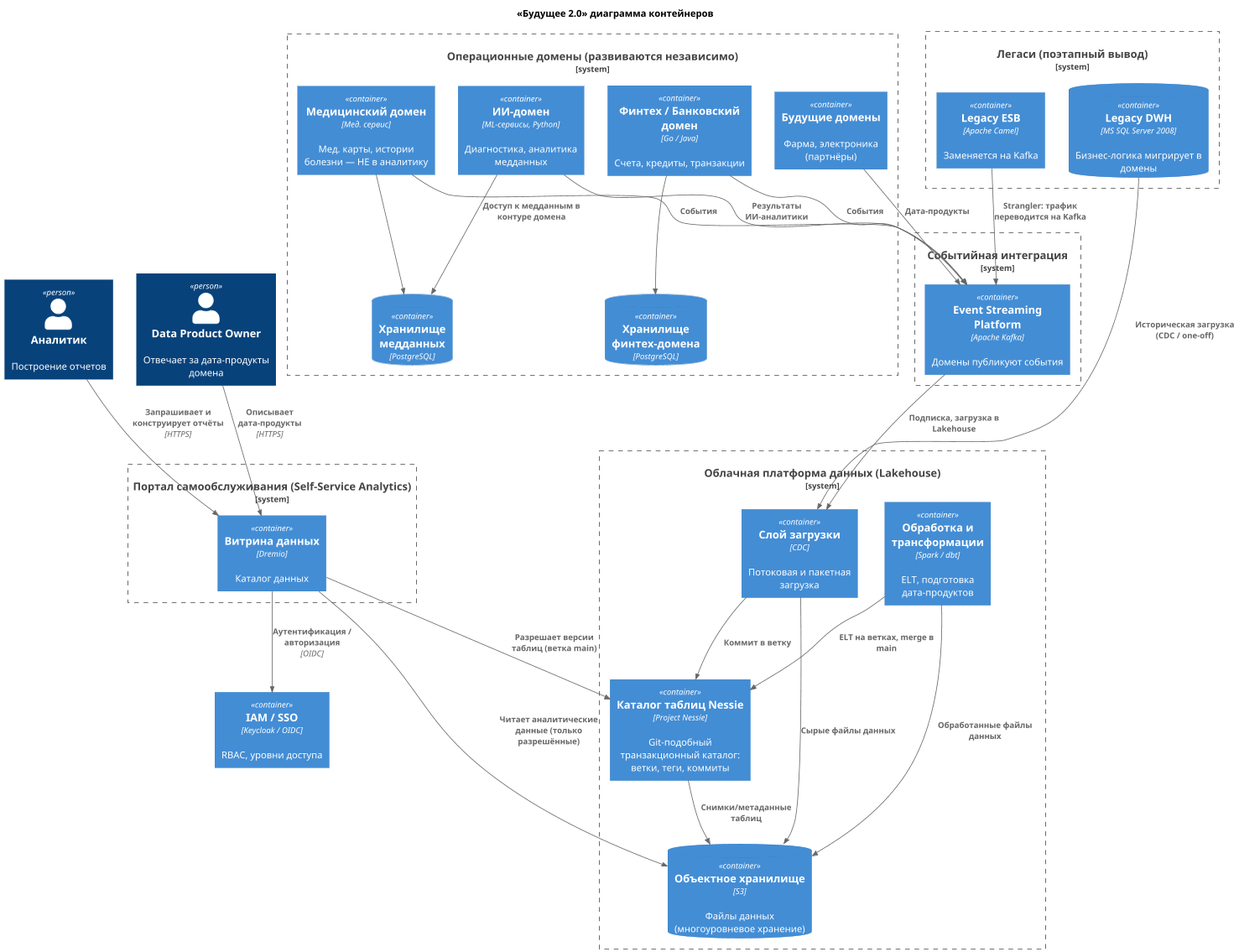
Above: Task1/c4_container.png in Madm1key/architecture-future_2_0 (PlantUML), before the change. Its diagram source:
```plantuml
@startuml c4-container
!include <C4/C4_Container>

title «Будущее 2.0» диаграмма контейнеров

Person(analyst, "Аналитик", "Построение отчетов")
Person(owner, "Data Product Owner", "Отвечает за дата-продукты домена")

System_Boundary(ss, "Портал самообслуживания (Self-Service Analytics)") {
    Container(portal, "Витрина данных", "Dremio", "Каталог данных")
}

System_Boundary(lake, "Облачная платформа данных (Lakehouse)") {
    Container(ingest, "Слой загрузки", "CDC", "Потоковая и пакетная загрузка")
    Container(nessie, "Каталог таблиц Nessie", "Project Nessie", "Git-подобный транзакционный каталог: ветки, теги, коммиты")
    ContainerDb(storage, "Объектное хранилище", "S3", "Файлы данных (многоуровневое хранение)")
    Container(process, "Обработка и трансформации", "Spark / dbt", "ELT, подготовка дата-продуктов")
}

System_Boundary(bus, "Событийная интеграция") {
    Container(kafka, "Event Streaming Platform", "Apache Kafka", "Домены публикуют события")
}

System_Boundary(domains, "Операционные домены (развиваются независимо)") {
    Container(clinical, "Медицинский домен", "Мед. сервис", "Мед. карты, истории болезни — НЕ в аналитику")
    ContainerDb(clinicaldb, "Хранилище медданных", "PostgreSQL", "")
    Container(fintech, "Финтех / Банковский домен", "Go / Java", "Счета, кредиты, транзакции")
    ContainerDb(fintechdb, "Хранилище финтех-домена", "PostgreSQL", "")
    Container(ai, "ИИ-домен", "ML-сервисы, Python", "Диагностика, аналитика медданных")
    Container(future, "Будущие домены", "", "Фарма, электроника (партнёры)")
}

Container(iam, "IAM / SSO", "Keycloak / OIDC", "RBAC, уровни доступа")

System_Boundary(legacy, "Легаси (поэтапный вывод)") {
    ContainerDb(dwh, "Legacy DWH", "MS SQL Server 2008", "Бизнес-логика мигрирует в домены")
    Container(esb, "Legacy ESB", "Apache Camel", "Заменяется на Kafka")
}

Rel(analyst, portal, "Запрашивает и конструирует отчёты", "HTTPS")
Rel(owner, portal, "Описывает дата-продукты", "HTTPS")

Rel(portal, nessie, "Разрешает версии таблиц (ветка main)")
Rel(portal, storage, "Читает аналитические данные (только разрешённые)")
Rel(portal, iam, "Аутентификация / авторизация", "OIDC")

Rel(ingest, storage, "Сырые файлы данных")
Rel(ingest, nessie, "Коммит в ветку")
Rel(process, storage, "Обработанные файлы данных")
Rel(process, nessie, "ELT на ветках, merge в main")
Rel(nessie, storage, "Снимки/метаданные таблиц")

Rel(fintech, kafka, "События")
Rel(ai, kafka, "Результаты ИИ-аналитики")
Rel(future, kafka, "Дата-продукты")
Rel(clinical, kafka, "События")
Rel(kafka, ingest, "Подписка, загрузка в Lakehouse")

Rel(clinical, clinicaldb, "")
Rel(fintech, fintechdb, "")
Rel(ai, clinicaldb, "Доступ к медданным в контуре домена")

Rel(dwh, ingest, "Историческая загрузка (CDC / one-off)")
Rel(esb, kafka, "Strangler: трафик переводится на Kafka")

@enduml
```
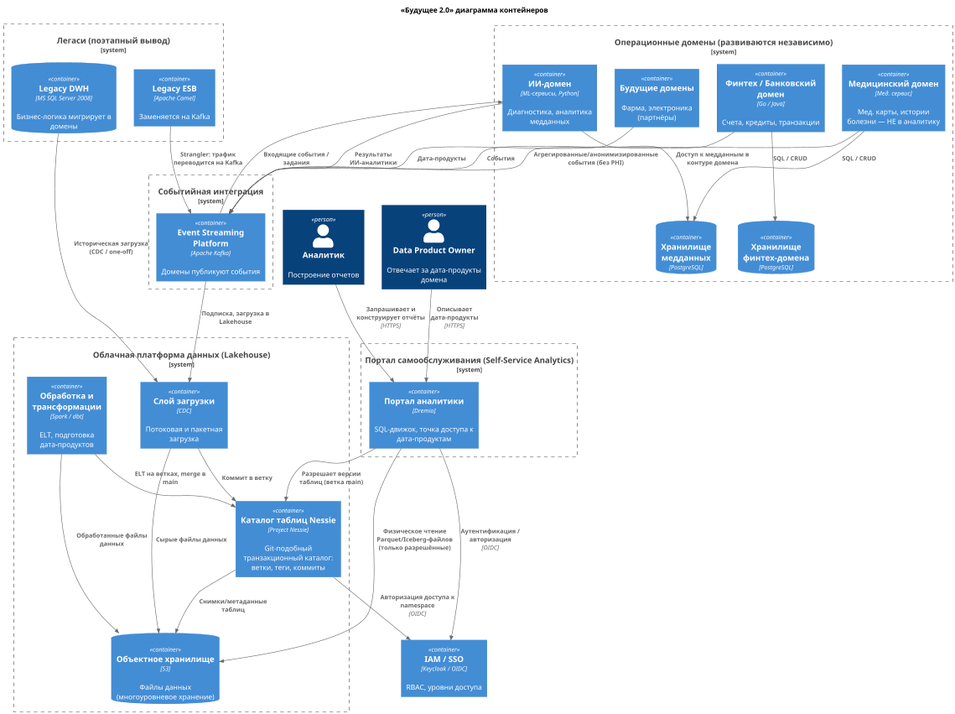
After the commit.

The edit, as a diff of the source:
```diff
@@ -7,7 +7,7 @@
 Person(owner, "Data Product Owner", "Отвечает за дата-продукты домена")
 
 System_Boundary(ss, "Портал самообслуживания (Self-Service Analytics)") {
-    Container(portal, "Витрина данных", "Dremio", "Каталог данных")
+    Container(portal, "Портал аналитики", "Dremio", "SQL-движок, точка доступа к дата-продуктам")
 }
 
 System_Boundary(lake, "Облачная платформа данных (Lakehouse)") {
@@ -41,8 +41,9 @@
 Rel(owner, portal, "Описывает дата-продукты", "HTTPS")
 
 Rel(portal, nessie, "Разрешает версии таблиц (ветка main)")
-Rel(portal, storage, "Читает аналитические данные (только разрешённые)")
+Rel(portal, storage, "Физическое чтение Parquet/Iceberg-файлов (только разрешённые)")
 Rel(portal, iam, "Аутентификация / авторизация", "OIDC")
+Rel(nessie, iam, "Авторизация доступа к namespace", "OIDC")
 
 Rel(ingest, storage, "Сырые файлы данных")
 Rel(ingest, nessie, "Коммит в ветку")
@@ -51,13 +52,14 @@
 Rel(nessie, storage, "Снимки/метаданные таблиц")
 
 Rel(fintech, kafka, "События")
+Rel(kafka, ai, "Входящие события / задания")
 Rel(ai, kafka, "Результаты ИИ-аналитики")
 Rel(future, kafka, "Дата-продукты")
-Rel(clinical, kafka, "События")
+Rel(clinical, kafka, "Агрегированные/анонимизированные события (без PHI)")
 Rel(kafka, ingest, "Подписка, загрузка в Lakehouse")
 
-Rel(clinical, clinicaldb, "")
-Rel(fintech, fintechdb, "")
+Rel(clinical, clinicaldb, "SQL / CRUD")
+Rel(fintech, fintechdb, "SQL / CRUD")
 Rel(ai, clinicaldb, "Доступ к медданным в контуре домена")
 
 Rel(dwh, ingest, "Историческая загрузка (CDC / one-off)")
```
